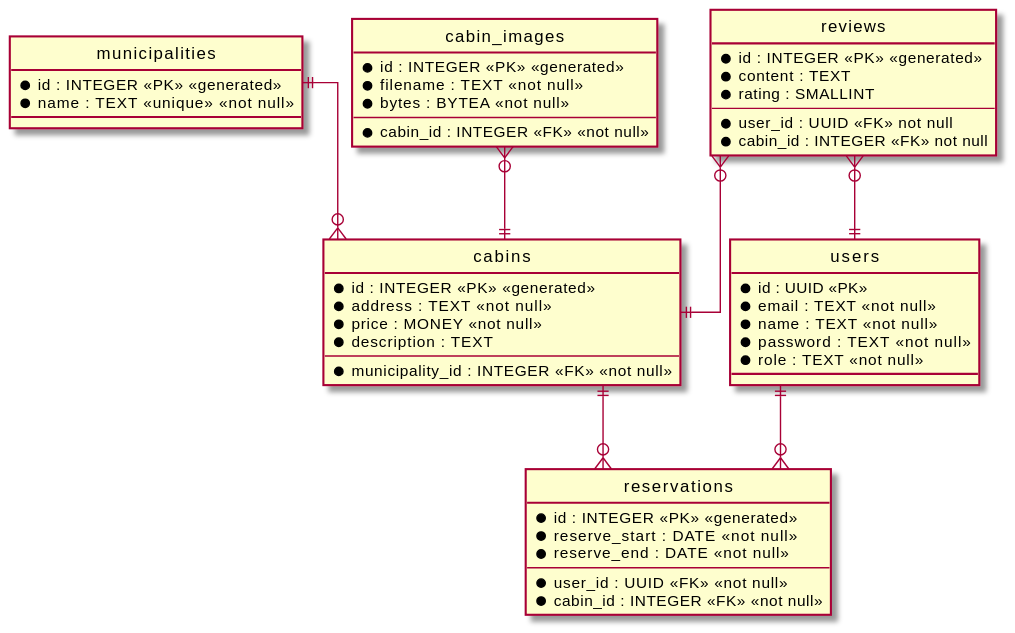
Above: docs/db_diagram.svg in mjjs/tsoha-2021-cabin-browser (PlantUML), before the change. Source of this version:
```plantuml
@startuml DB DIAGRAM

hide circle
skinparam linetype ortho

entity users {
  * id : UUID <<PK>>
  * email : TEXT <<not null>>
  * name : TEXT <<not null>>
  * password : TEXT <<not null>>
  * role : TEXT <<not null>>
}

entity municipalities {
  * id : INTEGER <<PK>> <<generated>>
  * name : TEXT <<unique>> <<not null>>
}

entity cabins {
  * id : INTEGER <<PK>> <<generated>>
  * address : TEXT <<not null>>
  * price : MONEY <<not null>>
  * description : TEXT
  ---
  * municipality_id : INTEGER <<FK>> <<not null>>
}

entity reviews {
  * id : INTEGER <<PK>> <<generated>>
  * content : TEXT
  * rating : SMALLINT
  ---
  * user_id : UUID <<FK>> not null
  * cabin_id : INTEGER <<FK>> not null
}

entity reservations {
  * id : INTEGER <<PK>> <<generated>>
  * reserve_start : DATE <<not null>>
  * reserve_end : DATE <<not null>>
  ---
  * user_id : UUID <<FK>> <<not null>>
  * cabin_id : INTEGER <<FK>> <<not null>>
}

entity cabin_images {
  * id : INTEGER <<PK>> <<generated>>
  * filename : TEXT <<not null>>
  * bytes : BYTEA <<not null>>
  ---
  * cabin_id : INTEGER <<FK>> <<not null>>
}

cabins ||--o{ reservations
users ||--o{ reservations
cabin_images }o--|| cabins
reviews }o--|| cabins
reviews }o--|| users
municipalities ||--o{ cabins

@enduml
```
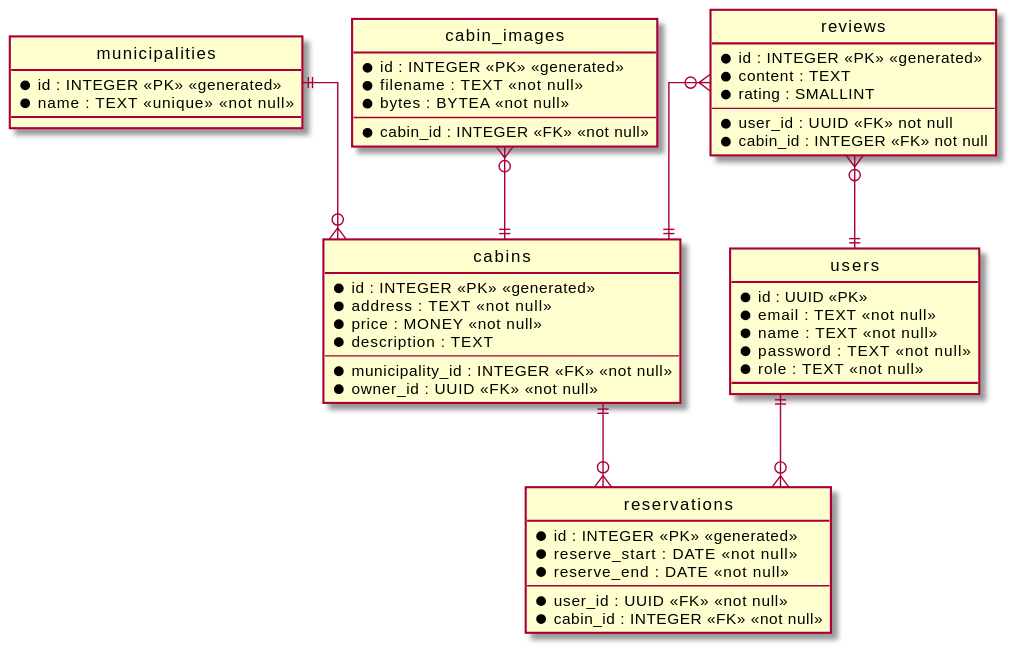
After the commit.

Commit message:
Add cabin owner ID to DB schema

The edit, as a diff of the source:
```diff
@@ -23,6 +23,7 @@
   * description : TEXT
   ---
   * municipality_id : INTEGER <<FK>> <<not null>>
+  * owner_id : UUID <<FK>> <<not null>>
 }
 
 entity reviews {
```
